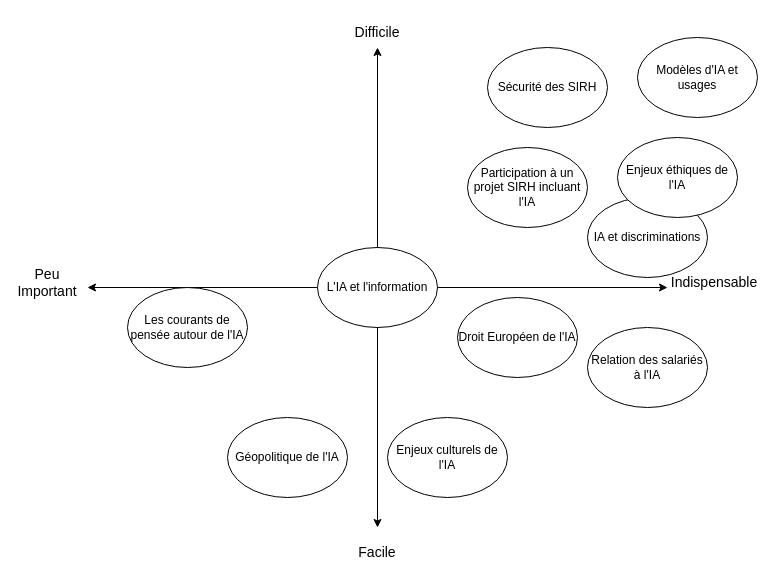
Fabrice-64/Drawings keeps this draw.io diagram as page "Carte des apprentissages" (2 of 3) of Cours IA et RH.drawio. Above is the earlier version. Source tidied: cells renumbered, new cells numbered last; positions are measured from the earlier drawing's top-left corner, leaving out a move shared by most shapes. Both pictures are drawn from the tidied source at 100%, with x=0, y=0 at pixel (17, 17).
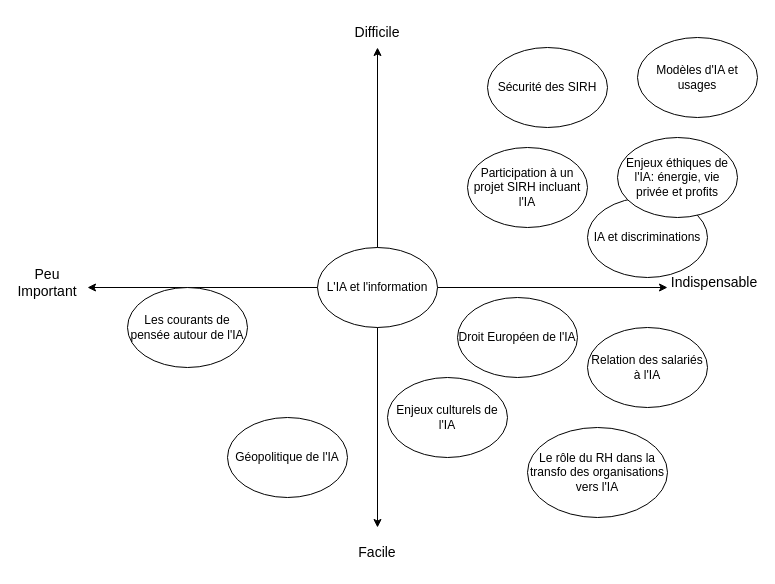
After the change.

Diff of the diagram source:
```diff
@@
     <mxCell id="12" value="Enjeux culturels de l'IA" style="ellipse;whiteSpace=wrap;html=1;" parent="1" vertex="1">
-      <mxGeometry x="370" y="400" width="120" height="80" as="geometry" />
+      <mxGeometry x="370" y="360" width="120" height="80" as="geometry" />
     </mxCell>
-    <mxCell id="13" value="Enjeux éthiques de l'IA" style="ellipse;whiteSpace=wrap;html=1;" parent="1" vertex="1">
+    <mxCell id="13" value="Enjeux éthiques de l'IA: énergie, vie privée et profits" style="ellipse;whiteSpace=wrap;html=1;" parent="1" vertex="1">
       <mxGeometry x="600" y="120" width="120" height="80" as="geometry" />
     </mxCell>
@@
+    <mxCell id="19" value="Le rôle du RH dans la transfo des organisations vers l'IA" style="ellipse;whiteSpace=wrap;html=1;" parent="1" vertex="1">
+      <mxGeometry x="510" y="410" width="140" height="90" as="geometry" />
+    </mxCell>
```
